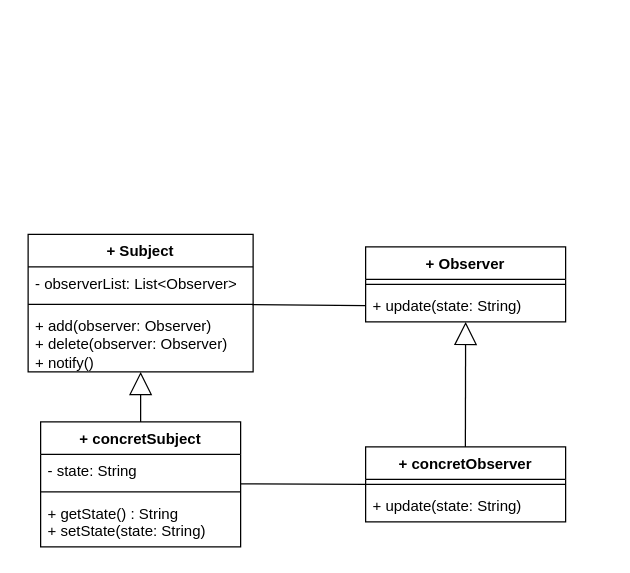
The draw.io diagram University/3rd_ING_Software/2st_Semester/Conception/course/Chapters/DesignPattern/Observer/obs1.drawio in rabah-usthb/Documentations, before the edit. Source tidied: cells renumbered, new cells numbered last; positions are measured from the earlier drawing's top-left corner, leaving out a move shared by most shapes. Both pictures are drawn from the tidied source at 125%, with x=0, y=0 at pixel (28, 234).
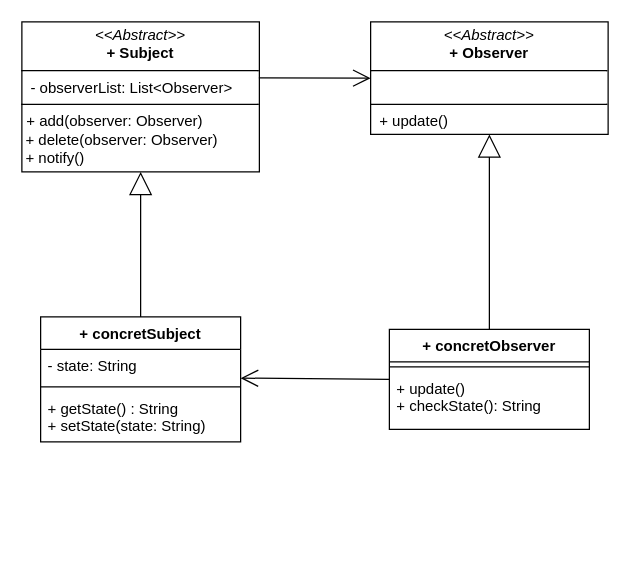
After the change.

Diff of the diagram source:
```diff
@@
-    <mxCell id="2" value="+ Subject" style="swimlane;fontStyle=1;align=center;verticalAlign=top;horizontal=1;startSize=26;whiteSpace=wrap;html=1;" parent="1" vertex="1">
-      <mxGeometry width="180" height="110" as="geometry" />
-    </mxCell>
-    <mxCell id="3" value="- observerList: List&amp;lt;Observer&amp;gt;" style="text;strokeColor=none;fillColor=none;align=left;verticalAlign=top;spacingLeft=4;spacingRight=4;overflow=hidden;whiteSpace=wrap;html=1;" parent="2" vertex="1">
-      <mxGeometry y="26" width="180" height="26" as="geometry" />
-    </mxCell>
-    <mxCell id="4" style="line;strokeWidth=1;fillColor=none;align=left;verticalAlign=middle;spacingTop=-1;spacingLeft=3;spacingRight=3;labelPosition=right;points=[];portConstraint=eastwest;strokeColor=inherit;" parent="2" vertex="1">
-      <mxGeometry y="52" width="180" height="8" as="geometry" />
-    </mxCell>
-    <mxCell id="5" value="+ add(observer: Observer)&lt;div&gt;+ delete(observer: Observer)&lt;/div&gt;&lt;div&gt;+ notify()&lt;/div&gt;" style="text;strokeColor=none;fillColor=none;align=left;verticalAlign=top;spacingLeft=4;spacingRight=4;overflow=hidden;whiteSpace=wrap;html=1;" parent="2" vertex="1">
-      <mxGeometry y="60" width="180" height="50" as="geometry" />
-    </mxCell>
-    <mxCell id="6" value="+ Observer" style="swimlane;fontStyle=1;align=center;verticalAlign=top;horizontal=1;startSize=26;whiteSpace=wrap;html=1;" parent="1" vertex="1">
-      <mxGeometry x="270" y="10" width="160" height="60" as="geometry" />
-    </mxCell>
-    <mxCell id="7" style="line;strokeWidth=1;fillColor=none;align=left;verticalAlign=middle;spacingTop=-1;spacingLeft=3;spacingRight=3;labelPosition=right;strokeColor=inherit;" parent="6" vertex="1">
-      <mxGeometry y="26" width="160" height="8" as="geometry" />
-    </mxCell>
-    <mxCell id="8" value="+ update(state: String)" style="text;strokeColor=none;fillColor=none;align=left;verticalAlign=top;spacingLeft=4;spacingRight=4;overflow=hidden;points=[[0,0.5],[1,0.5]];portConstraint=eastwest;whiteSpace=wrap;html=1;" parent="6" vertex="1">
-      <mxGeometry y="34" width="160" height="26" as="geometry" />
-    </mxCell>
     <mxCell id="9" value="+ concretObserver" style="swimlane;fontStyle=1;align=center;verticalAlign=top;horizontal=1;startSize=26;whiteSpace=wrap;html=1;" parent="1" vertex="1">
-      <mxGeometry x="270" y="170" width="160" height="60" as="geometry" />
+      <mxGeometry x="289" y="76" width="160" height="80" as="geometry" />
     </mxCell>
@@
-    <mxCell id="11" value="+ update(state: String)" style="text;strokeColor=none;fillColor=none;align=left;verticalAlign=top;spacingLeft=4;spacingRight=4;overflow=hidden;whiteSpace=wrap;html=1;" parent="9" vertex="1">
-      <mxGeometry y="34" width="160" height="26" as="geometry" />
+    <mxCell id="11" value="+ update()&lt;div&gt;+ checkState(&lt;span style=&quot;background-color: transparent; color: light-dark(rgb(0, 0, 0), rgb(255, 255, 255));&quot;&gt;): String&lt;/span&gt;&lt;/div&gt;" style="text;strokeColor=none;fillColor=none;align=left;verticalAlign=top;spacingLeft=4;spacingRight=4;overflow=hidden;whiteSpace=wrap;html=1;" parent="9" vertex="1">
+      <mxGeometry y="34" width="160" height="46" as="geometry" />
     </mxCell>
     <mxCell id="12" value="+ concretSubject" style="swimlane;fontStyle=1;align=center;verticalAlign=top;horizontal=1;startSize=26;whiteSpace=wrap;html=1;" parent="1" vertex="1">
-      <mxGeometry x="10" y="150" width="160" height="100" as="geometry" />
+      <mxGeometry x="10" y="66" width="160" height="100" as="geometry" />
     </mxCell>
@@
-    <mxCell id="16" style="html=1;verticalAlign=bottom;endArrow=none;curved=0;rounded=0;endFill=0;exitX=0.996;exitY=0.52;exitDx=0;exitDy=0;exitPerimeter=0;entryX=0;entryY=0.5;entryDx=0;entryDy=0;" parent="1" edge="1" source="4" target="8">
-      <mxGeometry relative="1" as="geometry" />
-    </mxCell>
-    <mxCell id="17" style="html=1;verticalAlign=bottom;endArrow=none;curved=0;rounded=0;endFill=0;exitX=0.996;exitY=0.52;exitDx=0;exitDy=0;exitPerimeter=0;entryX=0;entryY=0.5;entryDx=0;entryDy=0;" parent="1" edge="1" target="9">
-      <mxGeometry relative="1" as="geometry">
-        <mxPoint x="170" y="199.5" as="sourcePoint" />
-      </mxGeometry>
-    </mxCell>
-    <mxCell id="18" style="endArrow=block;endSize=16;endFill=0;html=1;rounded=0;" parent="1" edge="1">
-      <mxGeometry relative="1" as="geometry">
-        <mxPoint x="90" y="150" as="sourcePoint" />
-        <mxPoint x="90" y="110" as="targetPoint" />
-      </mxGeometry>
+    <mxCell id="18" style="endArrow=block;endSize=16;endFill=0;html=1;rounded=0;entryX=0.5;entryY=1;entryDx=0;entryDy=0;exitX=0.5;exitY=0;exitDx=0;exitDy=0;" parent="1" edge="1" source="12" target="20">
+      <mxGeometry relative="1" as="geometry" />
     </mxCell>
-    <mxCell id="19" style="endArrow=block;endSize=16;endFill=0;html=1;rounded=0;entryX=0.5;entryY=1;entryDx=0;entryDy=0;entryPerimeter=0;" parent="1" edge="1" target="8">
-      <mxGeometry relative="1" as="geometry">
-        <mxPoint x="349.8" y="170" as="sourcePoint" />
-      </mxGeometry>
+    <mxCell id="19" style="endArrow=block;endSize=16;endFill=0;html=1;rounded=0;entryX=0.5;entryY=1;entryDx=0;entryDy=0;exitX=0.5;exitY=0;exitDx=0;exitDy=0;" parent="1" edge="1" source="9" target="21">
+      <mxGeometry relative="1" as="geometry" />
     </mxCell>
+    <mxCell id="20" value="&lt;p style=&quot;margin:0px;margin-top:4px;text-align:center;&quot;&gt;&lt;i&gt;&amp;lt;&amp;lt;Abstract&amp;gt;&amp;gt;&lt;/i&gt;&lt;br&gt;&lt;b&gt;+ Subject&lt;/b&gt;&lt;/p&gt;&lt;hr size=&quot;1&quot; style=&quot;border-style:solid;&quot;&gt;&lt;p style=&quot;margin:0px;margin-left:4px;&quot;&gt;&amp;nbsp;- observerList: List&amp;lt;Observer&amp;gt;&lt;/p&gt;&lt;hr size=&quot;1&quot; style=&quot;border-style:solid;&quot;&gt;&lt;p style=&quot;margin:0px;margin-left:4px;&quot;&gt;+ add(observer: Observer)&lt;/p&gt;&lt;div&gt;&amp;nbsp;+ delete(observer: Observer)&amp;nbsp;&lt;/div&gt;&lt;div&gt;&amp;nbsp;+ notify()&lt;/div&gt;" style="verticalAlign=top;align=left;overflow=fill;html=1;whiteSpace=wrap;fillColor=none;" parent="1" vertex="1">
+      <mxGeometry x="-5" y="-170" width="190" height="120" as="geometry" />
+    </mxCell>
+    <mxCell id="21" value="&lt;p style=&quot;margin:0px;margin-top:4px;text-align:center;&quot;&gt;&lt;i&gt;&amp;lt;&amp;lt;Abstract&amp;gt;&amp;gt;&lt;/i&gt;&lt;br&gt;&lt;b&gt;+ Observer&lt;/b&gt;&lt;/p&gt;&lt;hr size=&quot;1&quot; style=&quot;border-style:solid;&quot;&gt;&lt;p style=&quot;margin:0px;margin-left:4px;&quot;&gt;&lt;br&gt;&lt;/p&gt;&lt;hr size=&quot;1&quot; style=&quot;border-style:solid;&quot;&gt;&lt;p style=&quot;margin:0px;margin-left:4px;&quot;&gt;&amp;nbsp;+ update()&lt;/p&gt;" style="verticalAlign=top;align=left;overflow=fill;html=1;whiteSpace=wrap;fillColor=none;" parent="1" vertex="1">
+      <mxGeometry x="274" y="-170" width="190" height="90" as="geometry" />
+    </mxCell>
+    <mxCell id="22" style="endArrow=open;endFill=1;endSize=12;html=1;rounded=0;exitX=0;exitY=0.5;exitDx=0;exitDy=0;" parent="1" edge="1" source="9">
+      <mxGeometry relative="1" as="geometry">
+        <mxPoint x="170" y="115" as="targetPoint" />
+      </mxGeometry>
+    </mxCell>
+    <mxCell id="23" style="endArrow=open;endFill=1;endSize=12;html=1;rounded=0;exitX=0.998;exitY=0.374;exitDx=0;exitDy=0;entryX=0;entryY=0.5;entryDx=0;entryDy=0;exitPerimeter=0;" parent="1" edge="1" source="20" target="21">
+      <mxGeometry relative="1" as="geometry" />
+    </mxCell>
```
